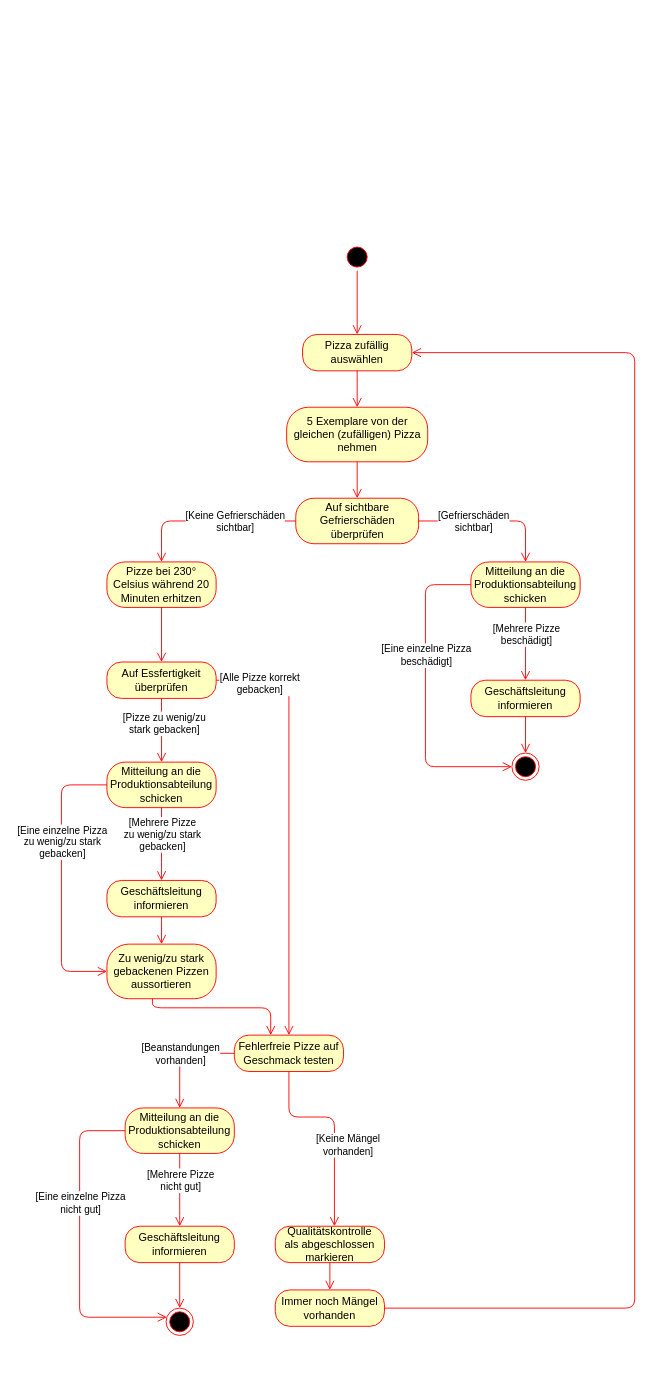
Earlier version of the draw.io diagram pizza-factory.drawio (DamienFlury/m245). Source tidied: cells renumbered, new cells numbered last; positions are measured from the earlier drawing's top-left corner, leaving out a move shared by most shapes. Both pictures are drawn from the tidied source at 91%, with x=0, y=0 at pixel (61, 243).
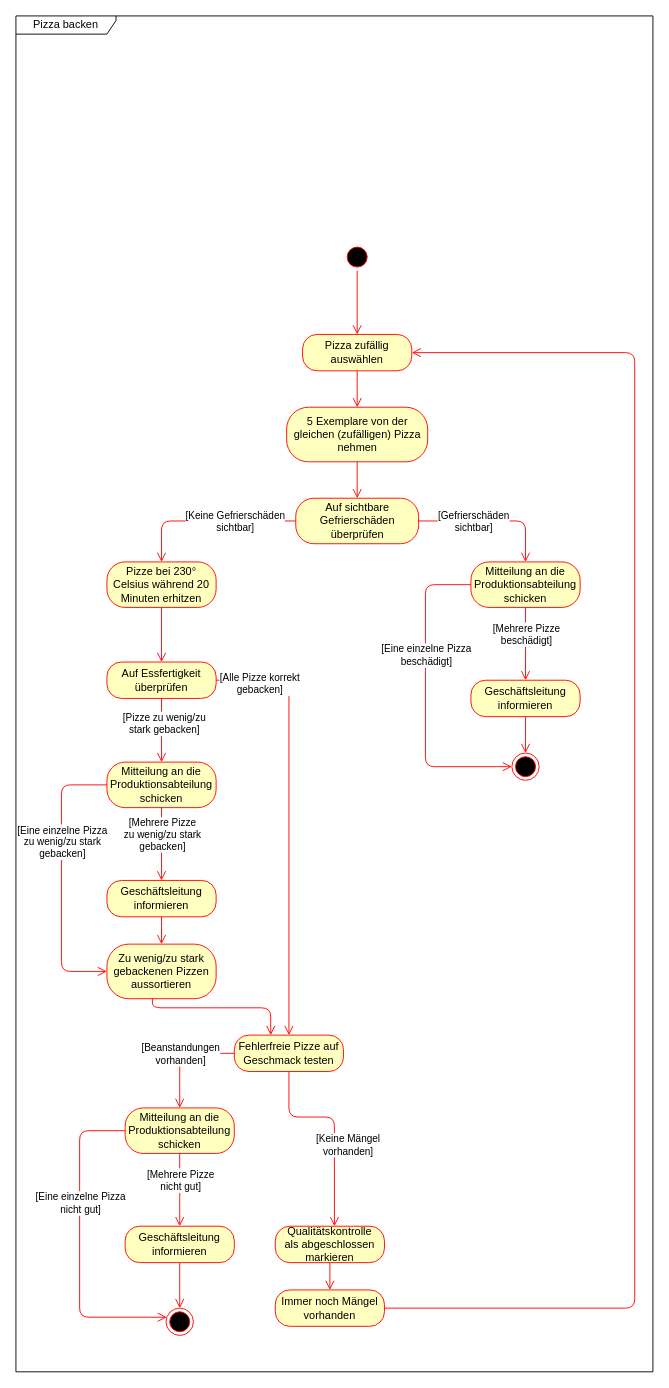
After the change.

The edit, as a diff of the source:
```diff
@@
+    <mxCell id="54" value="Pizza backen" style="shape=umlFrame;whiteSpace=wrap;html=1;width=110;height=20;" parent="1" vertex="1">
+      <mxGeometry x="-50" y="-250" width="700" height="1490" as="geometry" />
+    </mxCell>
```
